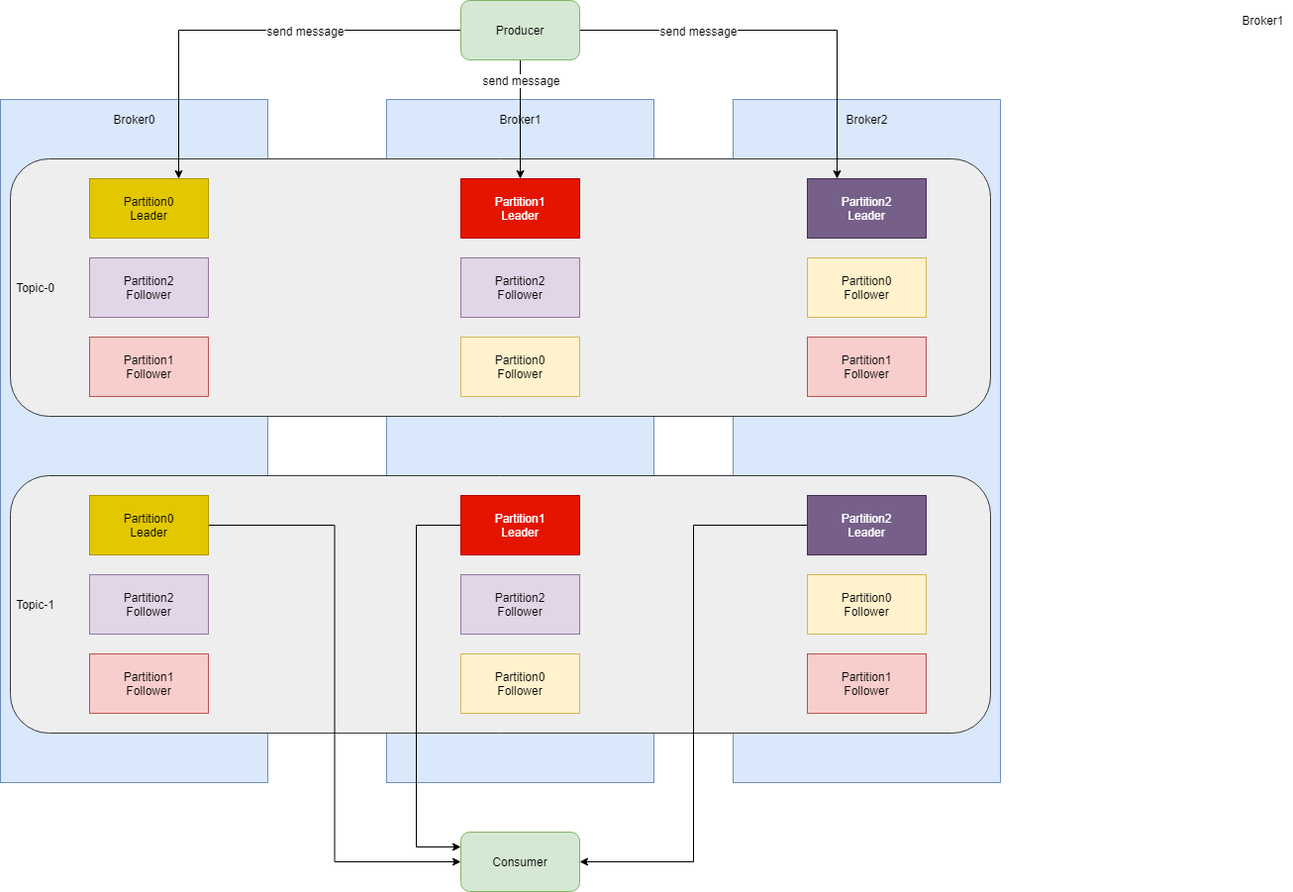
The draw.io diagram img/kafka-system.png in antonyw/coding-thinking, before a commit. Source tidied: cells renumbered, new cells last; positions are measured from the earlier drawing's top-left corner, leaving out a move shared by most shapes.
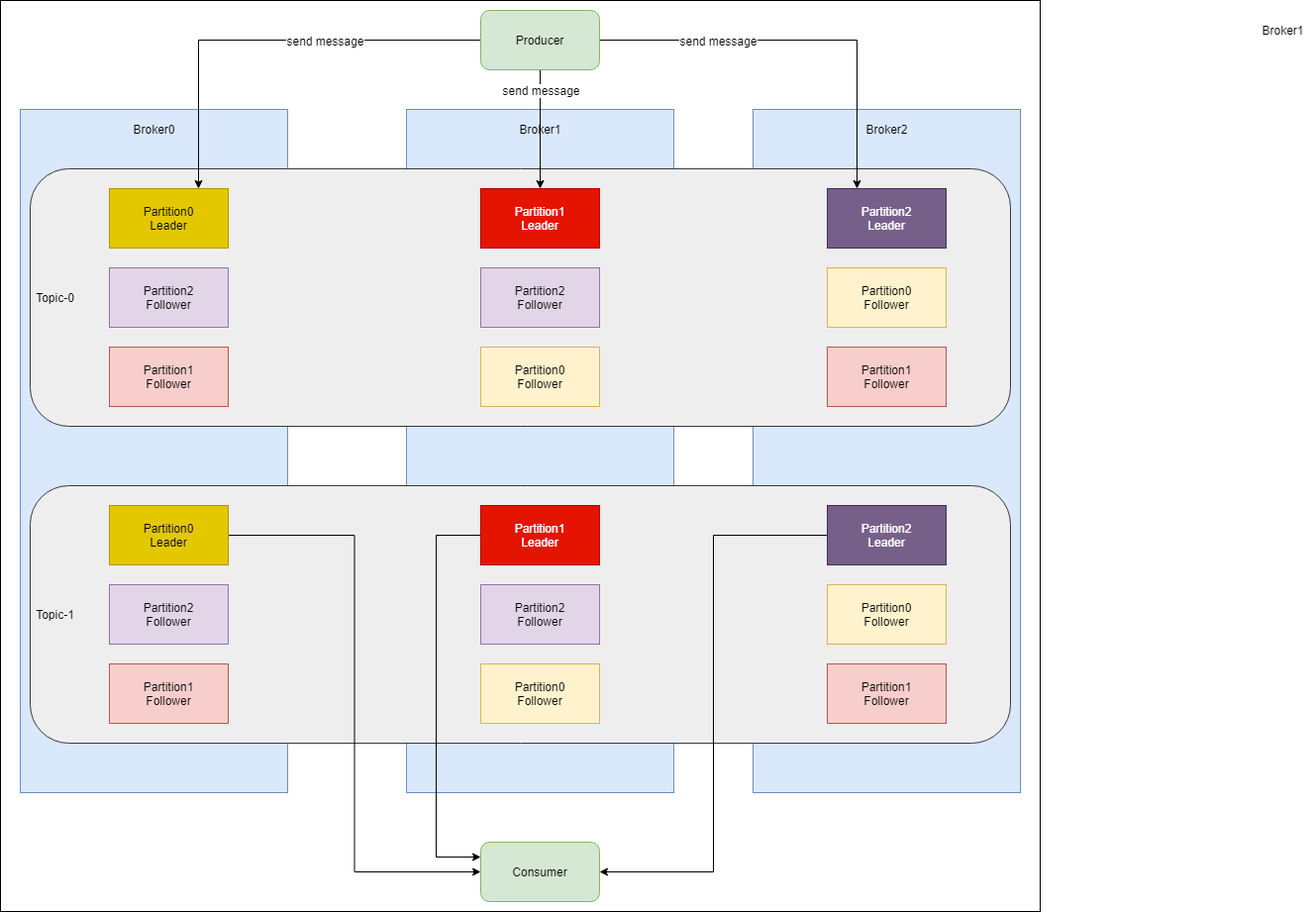
The same diagram one commit later.

Change to the diagram source:
```diff
@@ -2,6 +2,9 @@
   <root>
     <mxCell id="0" />
     <mxCell id="1" parent="0" />
+    <mxCell id="42" style="rounded=0;whiteSpace=wrap;html=1;" parent="1" vertex="1">
+      <mxGeometry x="-20" y="-10" width="1050" height="920" as="geometry" />
+    </mxCell>
     <mxCell id="2" style="rounded=0;whiteSpace=wrap;html=1;fillColor=#dae8fc;strokeColor=#6c8ebf;" parent="1" vertex="1">
       <mxGeometry y="100" width="270" height="690" as="geometry" />
     </mxCell>
```
